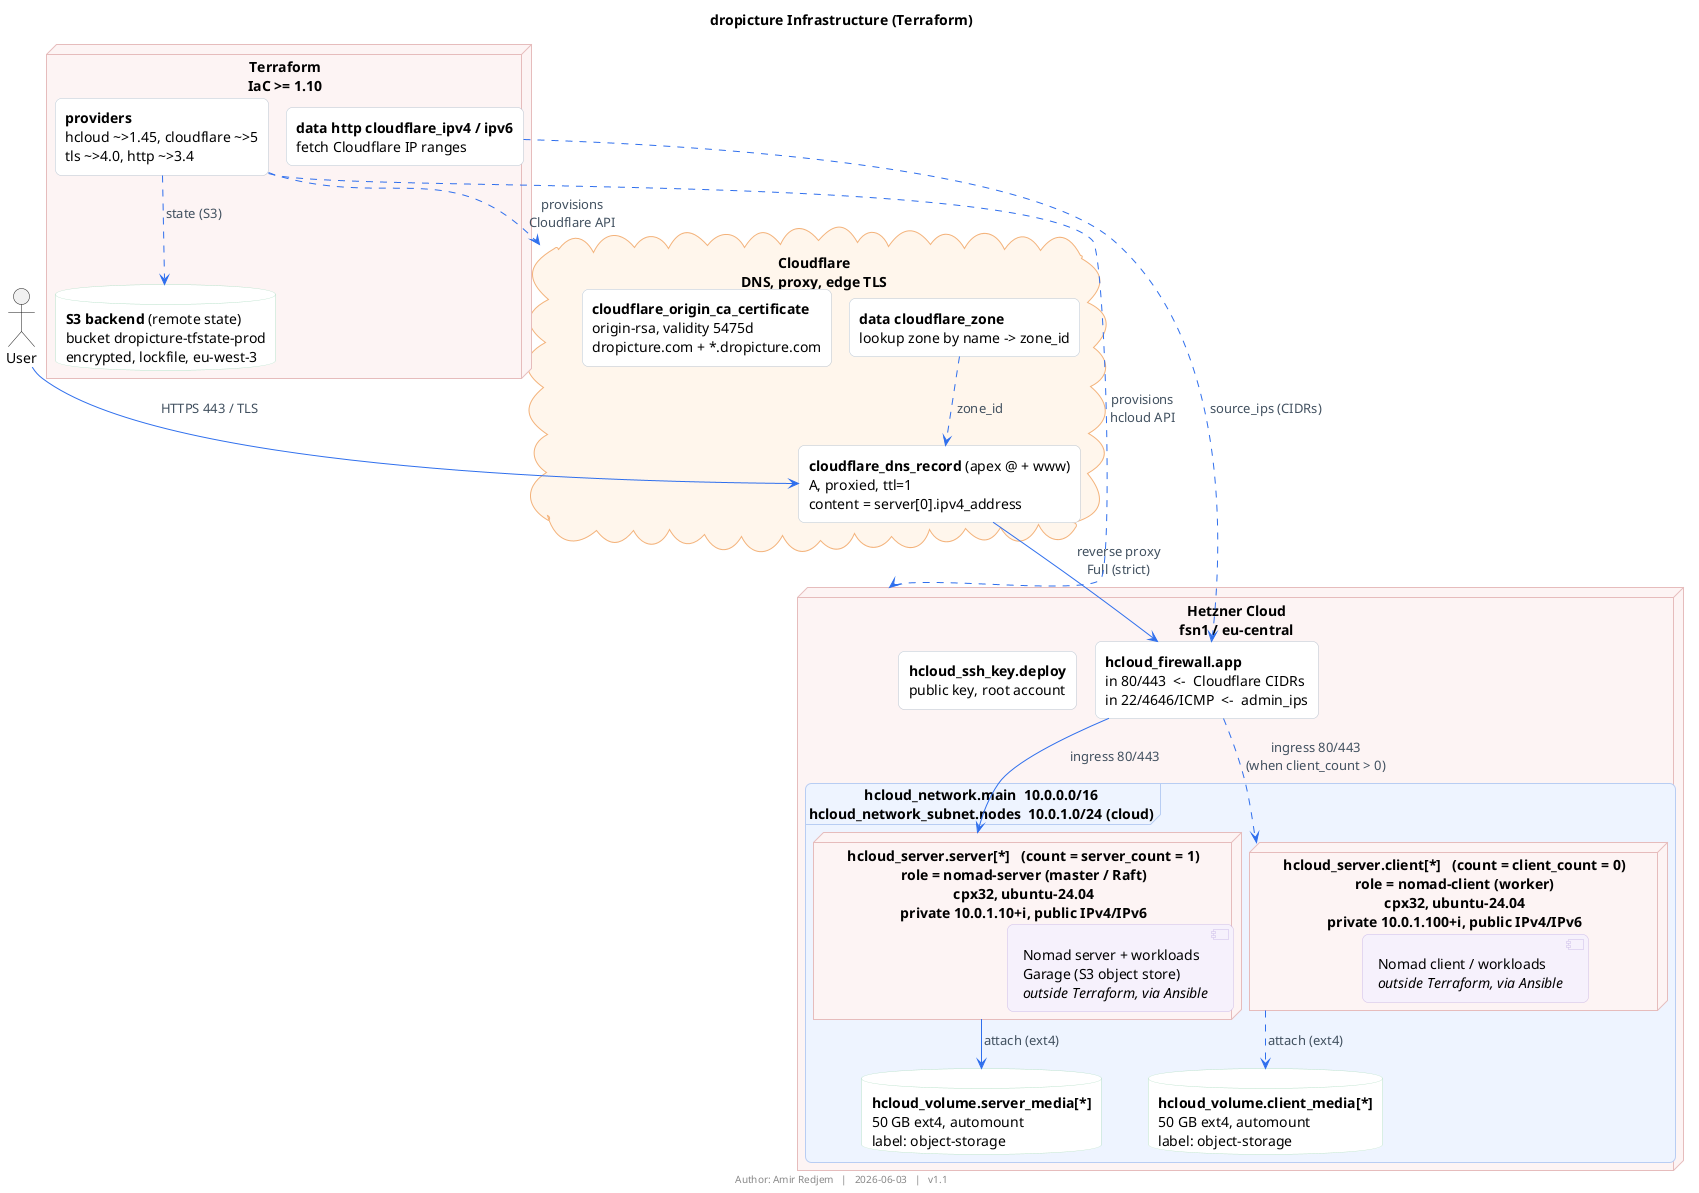
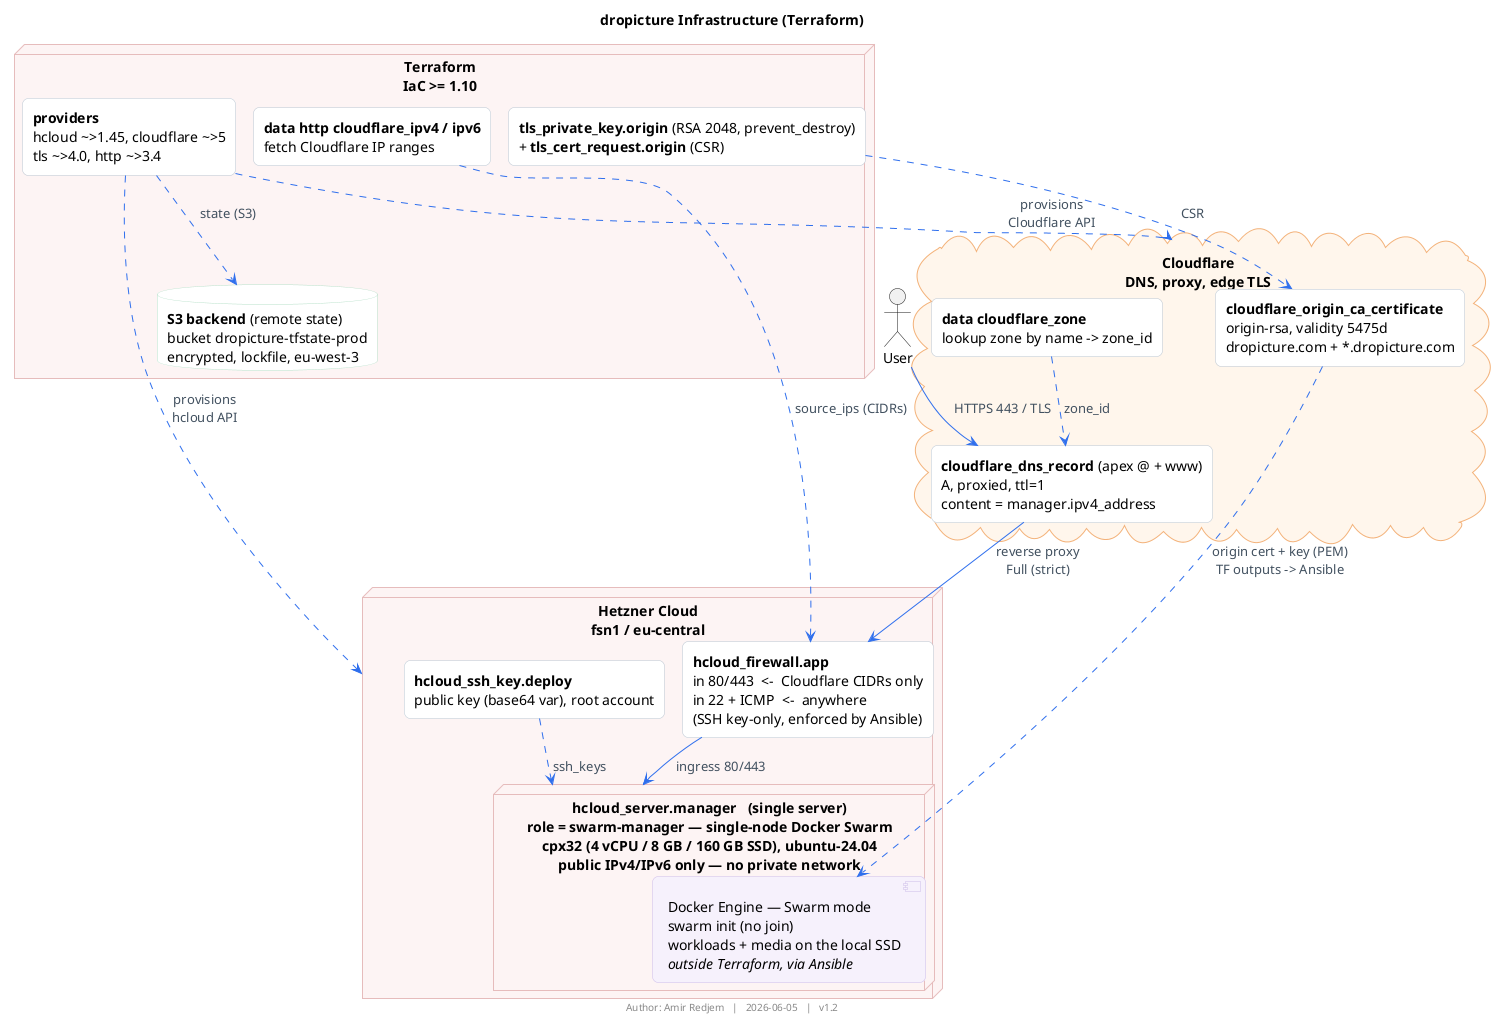
@startuml architecture
!pragma layout smetana
title dropicture Infrastructure (Terraform)
- footer Author: Amir Redjem   |   2026-06-03   |   v1.1
+ footer Author: Amir Redjem   |   2026-06-05   |   v1.2

skinparam shadowing false
skinparam defaultFontName Helvetica
skinparam roundCorner 12
skinparam ArrowColor #2F6FED
skinparam ArrowFontColor #41505F
skinparam cloudBackgroundColor #FFF6EC
skinparam cloudBorderColor #F3B27A
skinparam nodeBackgroundColor #FDF4F4
skinparam nodeBorderColor #E6BCBC
- skinparam frameBackgroundColor #EEF4FF
- skinparam frameBorderColor #B8CDF3
skinparam rectangleBackgroundColor #FFFFFF
skinparam rectangleBorderColor #B8C4D0
skinparam databaseBackgroundColor #FFFFFF
skinparam databaseBorderColor #B7E0C9
skinparam componentBackgroundColor #F6F1FC
skinparam componentBorderColor #CDBCE8

actor "User" as user

cloud "Cloudflare\nDNS, proxy, edge TLS" as cf {
  rectangle "**data cloudflare_zone**\nlookup zone by name -> zone_id" as zone
-   rectangle "**cloudflare_dns_record** (apex @ + www)\nA, proxied, ttl=1\ncontent = server[0].ipv4_address" as dns
+   rectangle "**cloudflare_dns_record** (apex @ + www)\nA, proxied, ttl=1\ncontent = manager.ipv4_address" as dns
  rectangle "**cloudflare_origin_ca_certificate**\norigin-rsa, validity 5475d\ndropicture.com + *.dropicture.com" as cert
}

node "Hetzner Cloud\nfsn1 / eu-central" as htz {
-   rectangle "**hcloud_firewall.app**\nin 80/443  <-  Cloudflare CIDRs\nin 22/4646/ICMP  <-  admin_ips" as fw
-   rectangle "**hcloud_ssh_key.deploy**\npublic key, root account" as ssh
+   rectangle "**hcloud_firewall.app**\nin 80/443  <-  Cloudflare CIDRs only\nin 22 + ICMP  <-  anywhere\n(SSH key-only, enforced by Ansible)" as fw
+   rectangle "**hcloud_ssh_key.deploy**\npublic key (base64 var), root account" as ssh

-   frame "**hcloud_network.main**  10.0.0.0/16\n**hcloud_network_subnet.nodes**  10.0.1.0/24 (cloud)" as net {
- 
-     node "**hcloud_server.server[*]**   (count = server_count = 1)\nrole = nomad-server (master / Raft)\ncpx32, ubuntu-24.04\nprivate 10.0.1.10+i, public IPv4/IPv6" as srv {
-       component "Nomad server + workloads\nGarage (S3 object store)\n//outside Terraform, via Ansible//" as appsrv
-     }
-     database "**hcloud_volume.server_media[*]**\n50 GB ext4, automount\nlabel: object-storage" as svol
- 
-     node "**hcloud_server.client[*]**   (count = client_count = 0)\nrole = nomad-client (worker)\ncpx32, ubuntu-24.04\nprivate 10.0.1.100+i, public IPv4/IPv6" as cli {
-       component "Nomad client / workloads\n//outside Terraform, via Ansible//" as appcli
-     }
-     database "**hcloud_volume.client_media[*]**\n50 GB ext4, automount\nlabel: object-storage" as cvol
+   node "**hcloud_server.manager**   (single server)\nrole = swarm-manager — single-node Docker Swarm\ncpx32 (4 vCPU / 8 GB / 160 GB SSD), ubuntu-24.04\npublic IPv4/IPv6 only — no private network" as srv {
+     component "Docker Engine — Swarm mode\nswarm init (no join)\nworkloads + media on the local SSD\n//outside Terraform, via Ansible//" as app
  }
}

node "Terraform\nIaC >= 1.10" as tf {
  rectangle "**providers**\nhcloud ~>1.45, cloudflare ~>5\ntls ~>4.0, http ~>3.4" as tfcli
+   rectangle "**tls_private_key.origin** (RSA 2048, prevent_destroy)\n+ **tls_cert_request.origin** (CSR)" as tlskey
  rectangle "**data http cloudflare_ipv4 / ipv6**\nfetch Cloudflare IP ranges" as cfips
  database "**S3 backend** (remote state)\nbucket dropicture-tfstate-prod\nencrypted, lockfile, eu-west-3" as state
}

user --> dns : HTTPS 443 / TLS
dns --> fw : reverse proxy\nFull (strict)
fw --> srv : ingress 80/443
- fw ..> cli : ingress 80/443\n(when client_count > 0)
- srv --> svol : attach (ext4)
- cli ..> cvol : attach (ext4)
zone ..> dns : zone_id
+ ssh ..> srv : ssh_keys
+ 
+ tlskey ..> cert : CSR
+ cert ..> app : origin cert + key (PEM)\nTF outputs -> Ansible

cfips ..> fw : source_ips (CIDRs)
tfcli ..> htz : provisions\nhcloud API
tfcli ..> cf : provisions\nCloudflare API
tfcli ..> state : state (S3)

- @enduml
+ @enduml